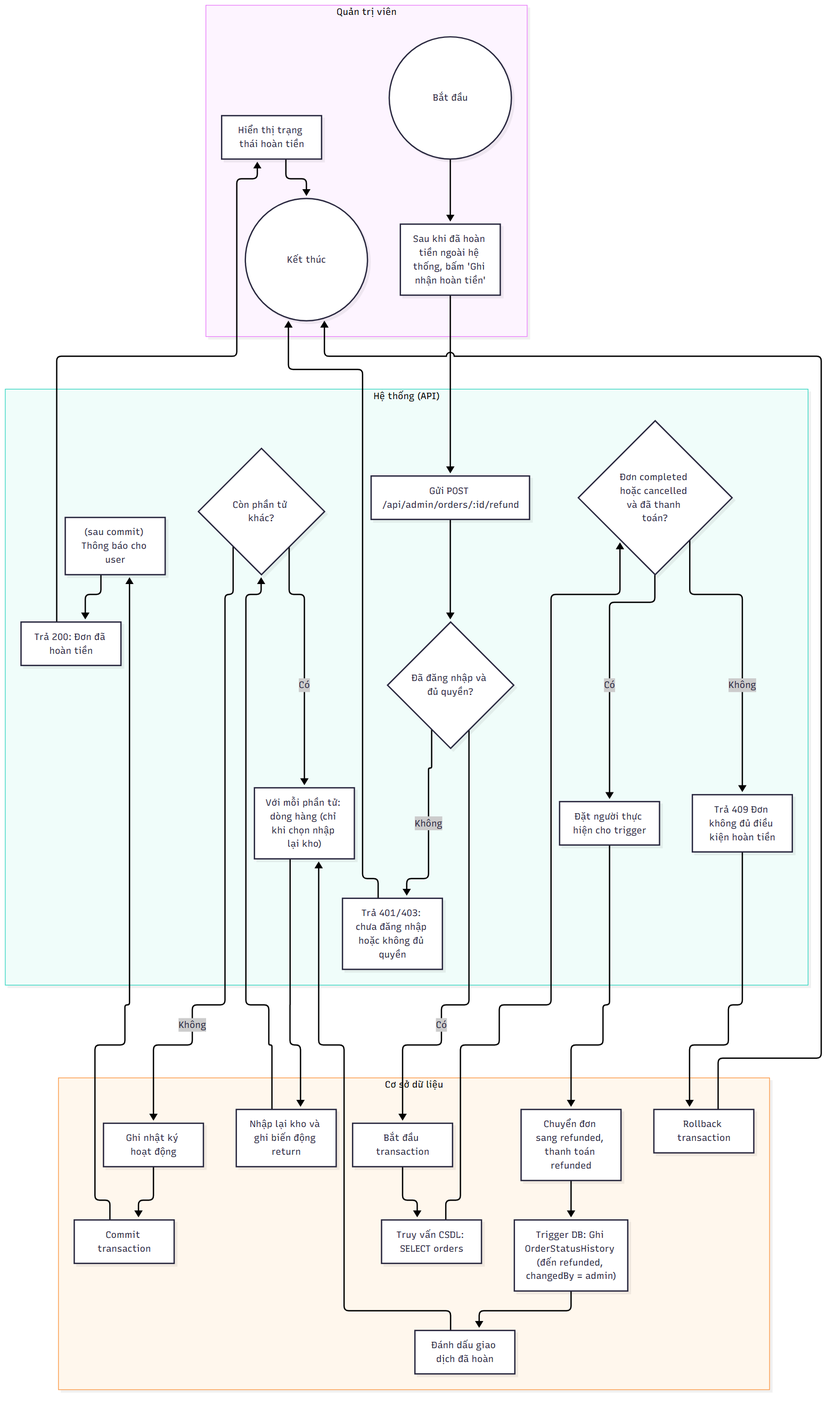
The Mermaid diagram docs/diagrams/png/activity_UC-ADM-23_hoan-tien-thu-cong.png in 2431540234-arch/XDUDTMDT, before a commit. Its source is kept beside it as docs/diagrams/src/activity_UC-ADM-23_hoan-tien-thu-cong.mmd. The source it was exported from:
```mermaid
flowchart TD
    subgraph LANE_A["Quản trị viên"]
        n1(("Bắt đầu"))
        n2["Sau khi đã hoàn tiền ngoài hệ thống, bấm 'Ghi nhận hoàn tiền'"]
        n22["Hiển thị trạng thái hoàn tiền"]
        n23(("Kết thúc"))
    end
    subgraph LANE_S["Hệ thống (API)"]
        n3["Gửi POST /api/admin/orders/:id/refund"]
        n4{"Đã đăng nhập và đủ quyền?"}
        n5["Trả 401/403: chưa đăng nhập hoặc không đủ quyền"]
        n8{"Đơn completed hoặc cancelled và đã thanh toán?"}
        n9["Trả 409 Đơn không đủ điều kiện hoàn tiền"]
        n11["Đặt người thực hiện cho trigger"]
        n15["Với mỗi phần tử: dòng hàng (chỉ khi chọn nhập lại kho)"]
        n17{"Còn phần tử khác?"}
        n20["(sau commit) Thông báo cho user"]
        n21["Trả 200: Đơn đã hoàn tiền"]
    end
    subgraph LANE_D["Cơ sở dữ liệu"]
        n6["Bắt đầu transaction"]
        n7["Truy vấn CSDL: SELECT orders"]
        n10["Rollback transaction"]
        n12["Chuyển đơn sang refunded, thanh toán refunded"]
        n13["Trigger DB: Ghi OrderStatusHistory (đến refunded, changedBy = admin)"]
        n14["Đánh dấu giao dịch đã hoàn"]
        n16["Nhập lại kho và ghi biến động return"]
        n18["Ghi nhật ký hoạt động"]
        n19["Commit transaction"]
    end
    n1 --> n2
    n2 --> n3
    n3 --> n4
    n4 -->|"Không"| n5
    n4 -->|"Có"| n6
    n6 --> n7
    n7 --> n8
    n8 -->|"Không"| n9
    n9 --> n10
    n8 -->|"Có"| n11
    n11 --> n12
    n12 --> n13
    n13 --> n14
    n14 --> n15
    n15 --> n16
    n16 --> n17
    n17 -->|"Có"| n15
    n17 -->|"Không"| n18
    n18 --> n19
    n19 --> n20
    n20 --> n21
    n21 --> n22
    n22 --> n23
    n5 --> n23
    n10 --> n23
```
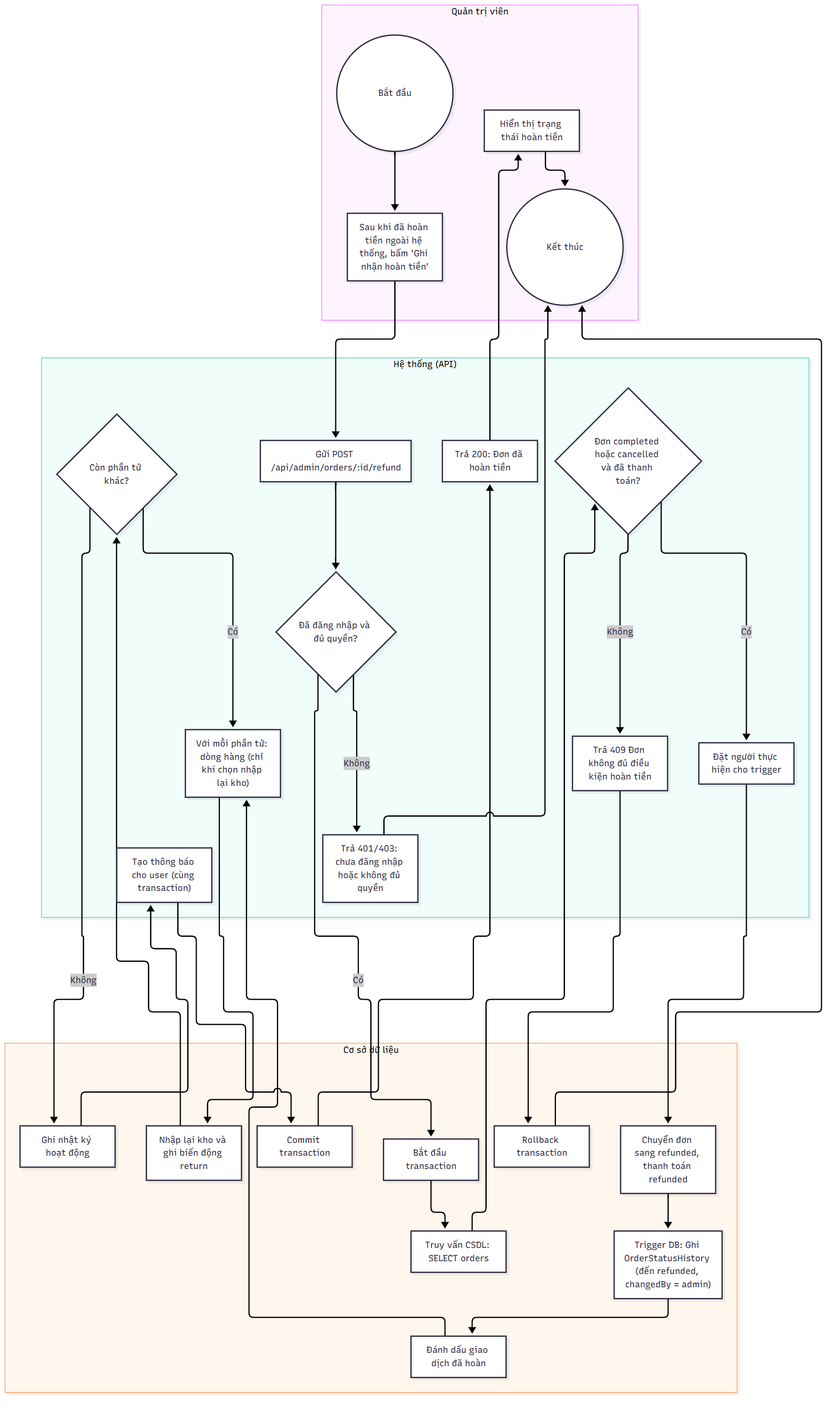
Above is the later version.

What changed in the source:
```diff
@@ -14,7 +14,7 @@
         n11["Đặt người thực hiện cho trigger"]
         n15["Với mỗi phần tử: dòng hàng (chỉ khi chọn nhập lại kho)"]
         n17{"Còn phần tử khác?"}
-        n20["(sau commit) Thông báo cho user"]
+        n20["Tạo thông báo cho user (cùng transaction)"]
         n21["Trả 200: Đơn đã hoàn tiền"]
     end
     subgraph LANE_D["Cơ sở dữ liệu"]
@@ -46,9 +46,9 @@
     n16 --> n17
     n17 -->|"Có"| n15
     n17 -->|"Không"| n18
-    n18 --> n19
-    n19 --> n20
-    n20 --> n21
+    n18 --> n20
+    n20 --> n19
+    n19 --> n21
     n21 --> n22
     n22 --> n23
     n5 --> n23
```
